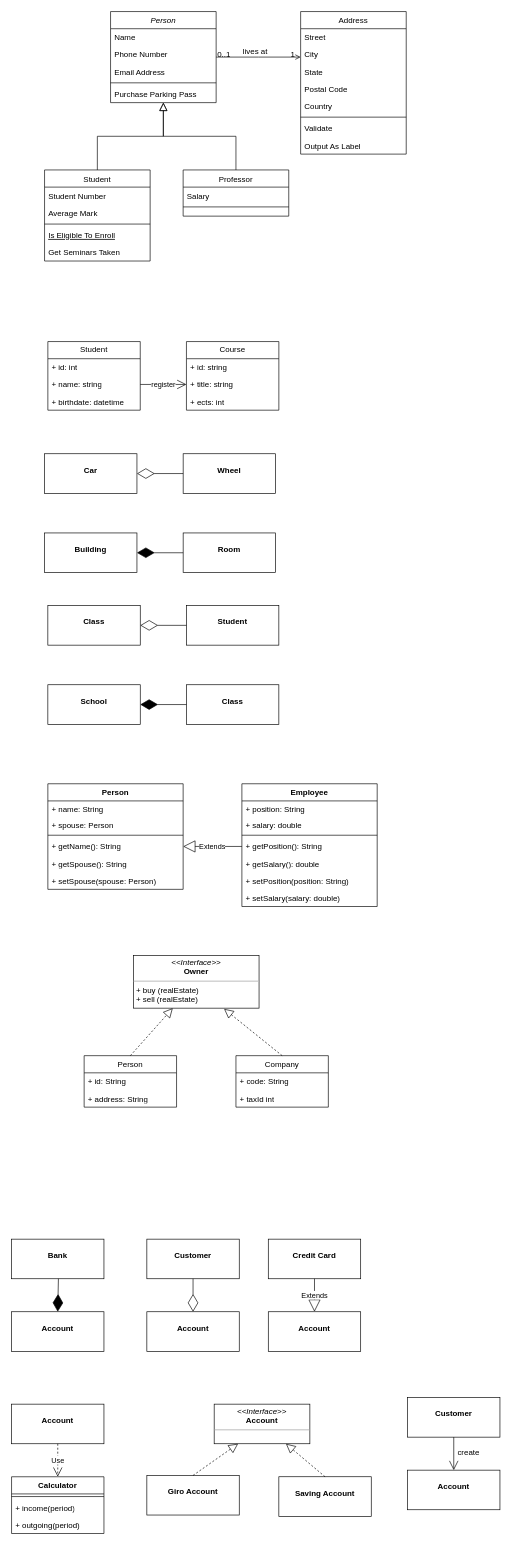
SE-TINF22B6/.github keeps this draw.io diagram as swe/uml examples.drawio. Above is the earlier version. Source tidied: cells renumbered, new cells numbered last; positions are measured from the earlier drawing's top-left corner, leaving out a move shared by most shapes. Both pictures are drawn from the tidied source at 66%, with x=0, y=0 at pixel (11, 11).
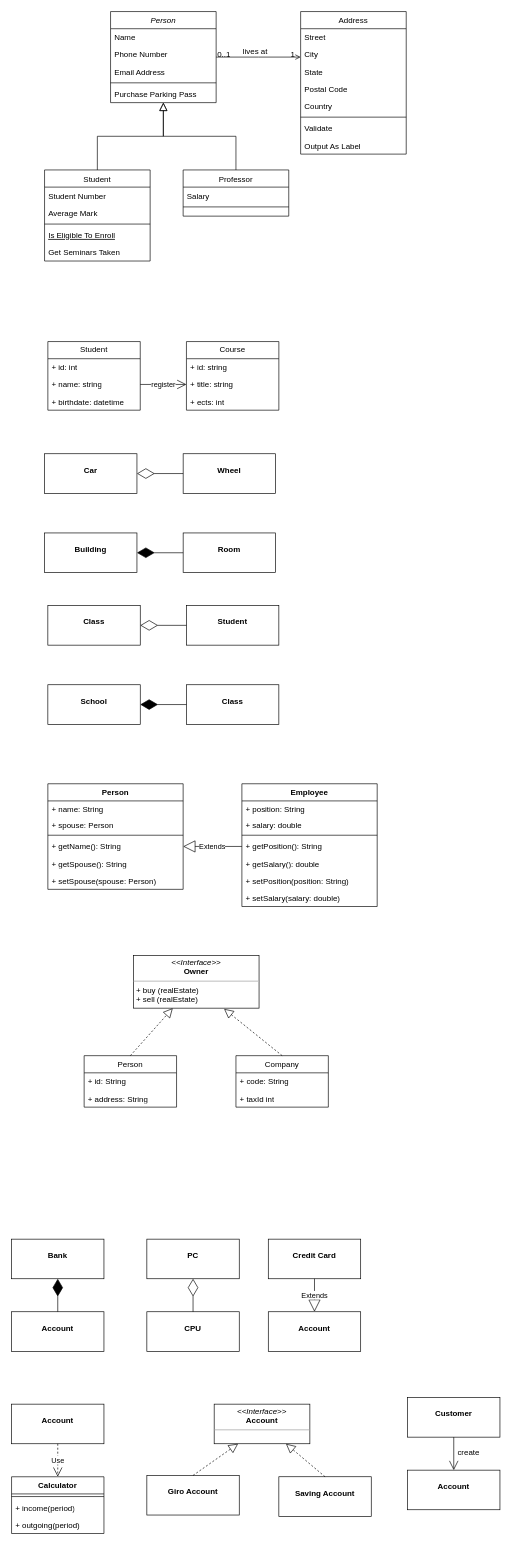
After the change.

Unchanged cells that the change refers to:
```xml
<mxCell id="84" value="&lt;p style=&quot;margin:0px;margin-top:4px;text-align:center;&quot;&gt;&lt;br&gt;&lt;b&gt;Bank&lt;/b&gt;&lt;/p&gt;" style="verticalAlign=top;align=left;overflow=fill;fontSize=12;fontFamily=Helvetica;html=1;whiteSpace=wrap;" parent="1" vertex="1">
  <mxGeometry y="1860" width="140" height="60" as="geometry" />
</mxCell>
<mxCell id="85" value="&lt;p style=&quot;margin:0px;margin-top:4px;text-align:center;&quot;&gt;&lt;br&gt;&lt;b&gt;Account&lt;/b&gt;&lt;/p&gt;" style="verticalAlign=top;align=left;overflow=fill;fontSize=12;fontFamily=Helvetica;html=1;whiteSpace=wrap;" parent="1" vertex="1">
  <mxGeometry y="1970" width="140" height="60" as="geometry" />
</mxCell>
```

What changed in the source:
```diff
@@
-    <mxCell id="86" style="endArrow=diamondThin;endFill=1;endSize=24;html=1;rounded=0;entryX=0.5;entryY=0;entryDx=0;entryDy=0;" parent="1" edge="1" target="85">
-      <mxGeometry relative="1" as="geometry">
-        <mxPoint x="71" y="1920" as="sourcePoint" />
-      </mxGeometry>
+    <mxCell id="86" style="endArrow=diamondThin;endFill=1;endSize=24;html=1;rounded=0;entryX=0.5;entryY=1;entryDx=0;entryDy=0;exitX=0.5;exitY=0;exitDx=0;exitDy=0;" parent="1" edge="1" source="85" target="84">
+      <mxGeometry relative="1" as="geometry" />
     </mxCell>
-    <mxCell id="87" value="&lt;p style=&quot;margin:0px;margin-top:4px;text-align:center;&quot;&gt;&lt;br&gt;&lt;b&gt;Customer&lt;/b&gt;&lt;/p&gt;" style="verticalAlign=top;align=left;overflow=fill;fontSize=12;fontFamily=Helvetica;html=1;whiteSpace=wrap;" parent="1" vertex="1">
+    <mxCell id="87" value="&lt;p style=&quot;margin:0px;margin-top:4px;text-align:center;&quot;&gt;&lt;br&gt;&lt;b&gt;PC&lt;/b&gt;&lt;/p&gt;" style="verticalAlign=top;align=left;overflow=fill;fontSize=12;fontFamily=Helvetica;html=1;whiteSpace=wrap;" parent="1" vertex="1">
       <mxGeometry x="205" y="1860" width="140" height="60" as="geometry" />
     </mxCell>
-    <mxCell id="88" value="&lt;p style=&quot;margin:0px;margin-top:4px;text-align:center;&quot;&gt;&lt;br&gt;&lt;b&gt;Account&lt;/b&gt;&lt;/p&gt;" style="verticalAlign=top;align=left;overflow=fill;fontSize=12;fontFamily=Helvetica;html=1;whiteSpace=wrap;" parent="1" vertex="1">
+    <mxCell id="88" value="&lt;p style=&quot;margin:0px;margin-top:4px;text-align:center;&quot;&gt;&lt;br&gt;&lt;b&gt;CPU&lt;/b&gt;&lt;/p&gt;" style="verticalAlign=top;align=left;overflow=fill;fontSize=12;fontFamily=Helvetica;html=1;whiteSpace=wrap;" parent="1" vertex="1">
       <mxGeometry x="205" y="1970" width="140" height="60" as="geometry" />
     </mxCell>
-    <mxCell id="89" style="endArrow=diamondThin;endFill=0;endSize=24;html=1;rounded=0;entryX=0.5;entryY=0;entryDx=0;entryDy=0;exitX=0.5;exitY=1;exitDx=0;exitDy=0;" parent="1" edge="1" source="87" target="88">
+    <mxCell id="89" style="endArrow=diamondThin;endFill=0;endSize=24;html=1;rounded=0;exitX=0.5;exitY=0;exitDx=0;exitDy=0;entryX=0.5;entryY=1;entryDx=0;entryDy=0;" parent="1" edge="1" source="88" target="87">
       <mxGeometry relative="1" as="geometry" />
     </mxCell>
```
